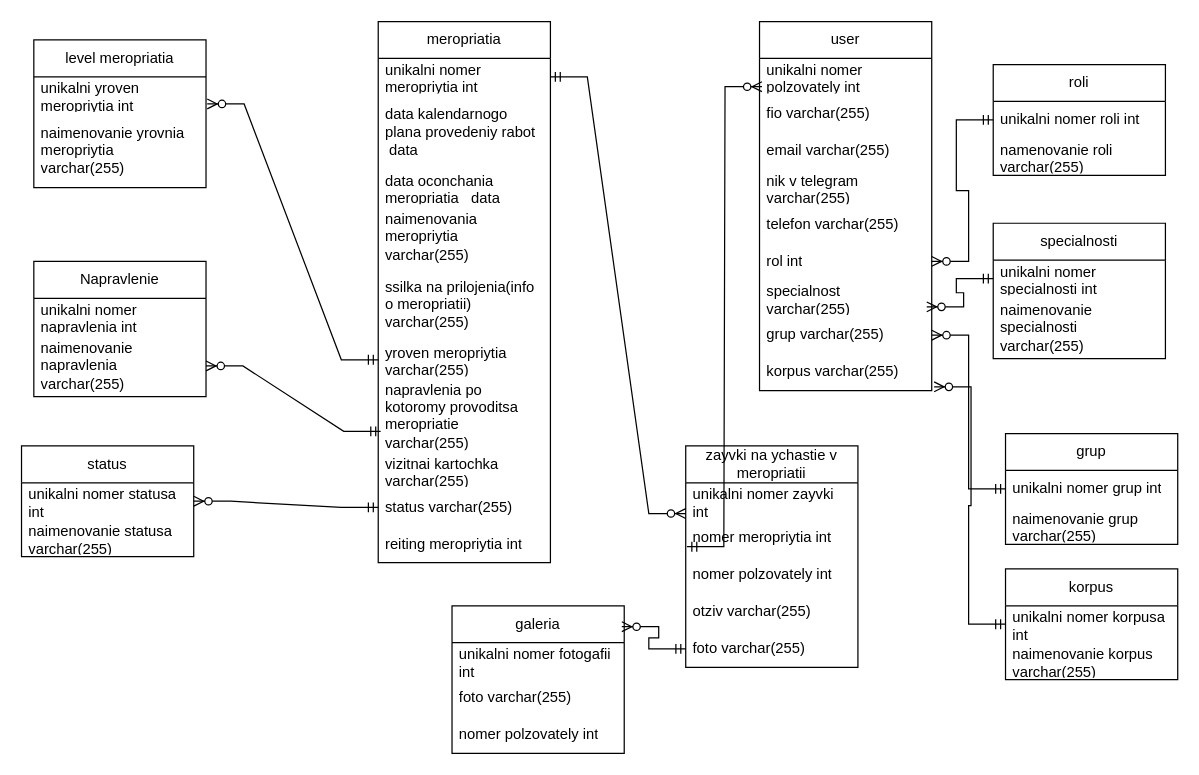
Danila7926/Diplom keeps this draw.io diagram as page "Страница — 2" (2 of 2) of lbgkjv (1).drawio. Above is the earlier version. Source tidied: cells renumbered, new cells numbered last; positions are measured from the earlier drawing's top-left corner, leaving out a move shared by most shapes. Both pictures are drawn from the tidied source at 123%, with x=0, y=0 at pixel (21, 21).
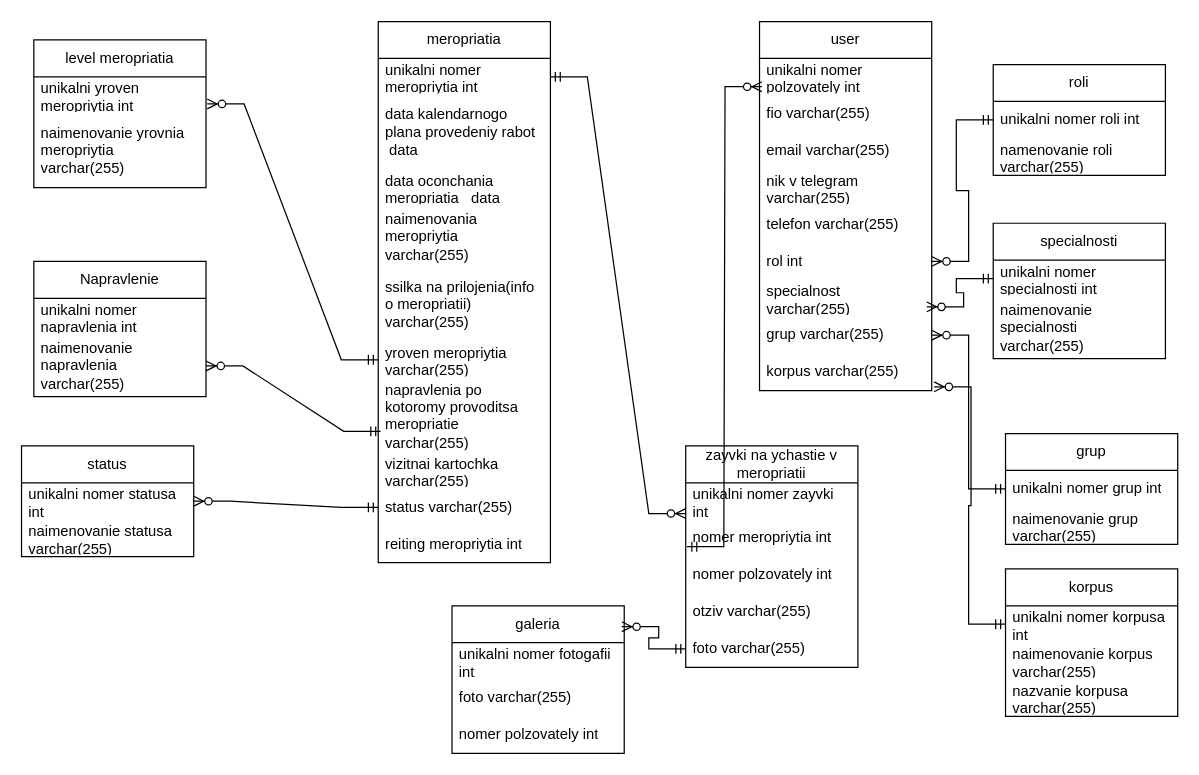
The same diagram, later.

What changed in the source:
```diff
@@
     <mxCell id="51" value="korpus" style="swimlane;fontStyle=0;horizontal=1;startSize=30;whiteSpace=wrap;html=1;" parent="1" vertex="1">
-      <mxGeometry x="800" y="445" width="140" height="90" as="geometry" />
+      <mxGeometry x="800" y="445" width="140" height="120" as="geometry" />
     </mxCell>
@@
+    <mxCell id="64" value="nazvanie korpusa varchar(255)" style="text;strokeColor=none;fillColor=none;align=left;verticalAlign=middle;spacingLeft=4;spacingRight=4;overflow=hidden;whiteSpace=wrap;html=1;" parent="51" vertex="1">
+      <mxGeometry y="90" width="140" height="30" as="geometry" />
+    </mxCell>
```
